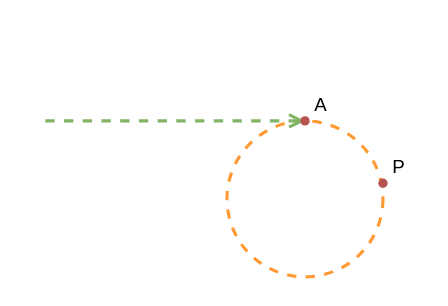
Earlier version of the draw.io diagram link-cycle.drawio (laipaang/app.diagrams.net). Source tidied: cells renumbered, new cells numbered last; positions are measured from the earlier drawing's top-left corner, leaving out a move shared by most shapes. Both pictures are drawn from the tidied source at 156%, with x=0, y=0 at pixel (39, 89).
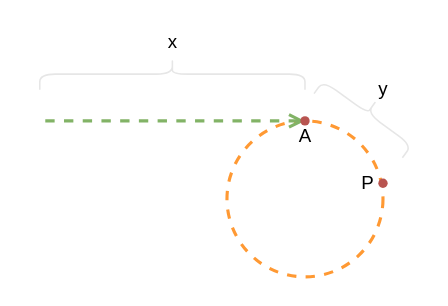
Above is the later version.

The edit, as a diff of the source:
```diff
@@
 <mxGraphModel>
   <root>
     <mxCell id="0" />
     <mxCell id="1" parent="0" />
     <mxCell id="2" style="ellipse;whiteSpace=wrap;html=1;dashed=1;fillColor=none;strokeColor=#FF9933;strokeWidth=2;" parent="1" vertex="1">
       <mxGeometry x="120" y="20" width="100" height="100" as="geometry" />
     </mxCell>
     <mxCell id="3" style="endArrow=none;html=1;dashed=1;fillColor=#d5e8d4;strokeColor=#82b366;strokeWidth=2;targetPerimeterSpacing=9;startArrow=open;startFill=0;" parent="1" edge="1">
       <mxGeometry relative="1" as="geometry">
         <mxPoint x="170" y="20" as="sourcePoint" />
         <mxPoint y="20" as="targetPoint" />
       </mxGeometry>
     </mxCell>
     <mxCell id="4" style="shape=waypoint;sketch=0;fillStyle=solid;size=6;fillColor=#f8cecc;perimeter=centerPerimeter;strokeColor=#b85450;" parent="1" vertex="1">
       <mxGeometry x="200" y="40" width="40" height="40" as="geometry" />
     </mxCell>
     <mxCell id="5" style="shape=waypoint;sketch=0;fillStyle=solid;size=6;fillColor=#f8cecc;perimeter=centerPerimeter;strokeColor=#b85450;" parent="1" vertex="1">
       <mxGeometry x="150" width="40" height="40" as="geometry" />
     </mxCell>
     <mxCell id="6" value="P" style="text;html=1;align=center;verticalAlign=middle;fillColor=none;strokeColor=none;rounded=0;" parent="1" vertex="1">
-      <mxGeometry x="220" y="40" width="20" height="20" as="geometry" />
+      <mxGeometry x="200" y="50" width="20" height="20" as="geometry" />
     </mxCell>
     <mxCell id="7" value="A" style="text;html=1;align=center;verticalAlign=middle;fillColor=none;strokeColor=none;rounded=0;" parent="1" vertex="1">
-      <mxGeometry x="170" width="20" height="20" as="geometry" />
+      <mxGeometry x="160" y="20" width="20" height="20" as="geometry" />
     </mxCell>
+    <mxCell id="8" style="shape=curlyBracket;whiteSpace=wrap;html=1;rounded=1;flipH=1;rotation=-90;fillColor=none;strokeColor=#E6E6E6;fontColor=#333333;" parent="1" vertex="1">
+      <mxGeometry x="75" y="-95" width="20" height="170" as="geometry" />
+    </mxCell>
+    <mxCell id="9" style="shape=curlyBracket;whiteSpace=wrap;html=1;rounded=1;rotation=126;strokeColor=#E6E6E6;" parent="1" vertex="1">
+      <mxGeometry x="200" y="-20" width="20" height="70" as="geometry" />
+    </mxCell>
+    <mxCell id="10" value="x" style="text;html=1;align=center;verticalAlign=middle;fillColor=none;strokeColor=none;rounded=0;" parent="1" vertex="1">
+      <mxGeometry x="75" y="-40" width="20" height="20" as="geometry" />
+    </mxCell>
+    <mxCell id="11" value="y" style="text;html=1;align=center;verticalAlign=middle;fillColor=none;strokeColor=none;rounded=0;" parent="1" vertex="1">
+      <mxGeometry x="210" y="-10" width="20" height="20" as="geometry" />
+    </mxCell>
   </root>
 </mxGraphModel>
```
